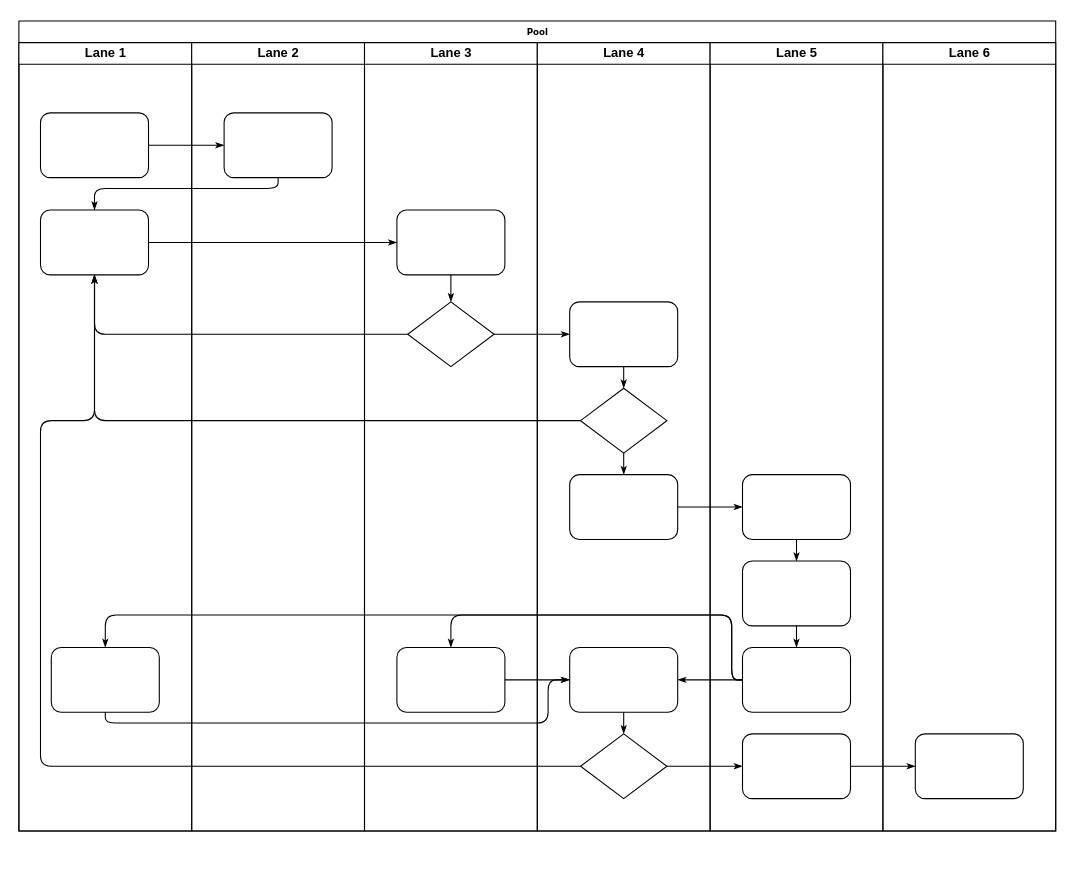
The draw.io diagram gdy_流程.drawio in Harekaze-Misakiakeno/uml, before the edit. Source tidied: cells renumbered, new cells numbered last; positions are measured from the earlier drawing's top-left corner, leaving out a move shared by most shapes. Both pictures are drawn from the tidied source at 108%, with x=0, y=0 at pixel (18, 21).
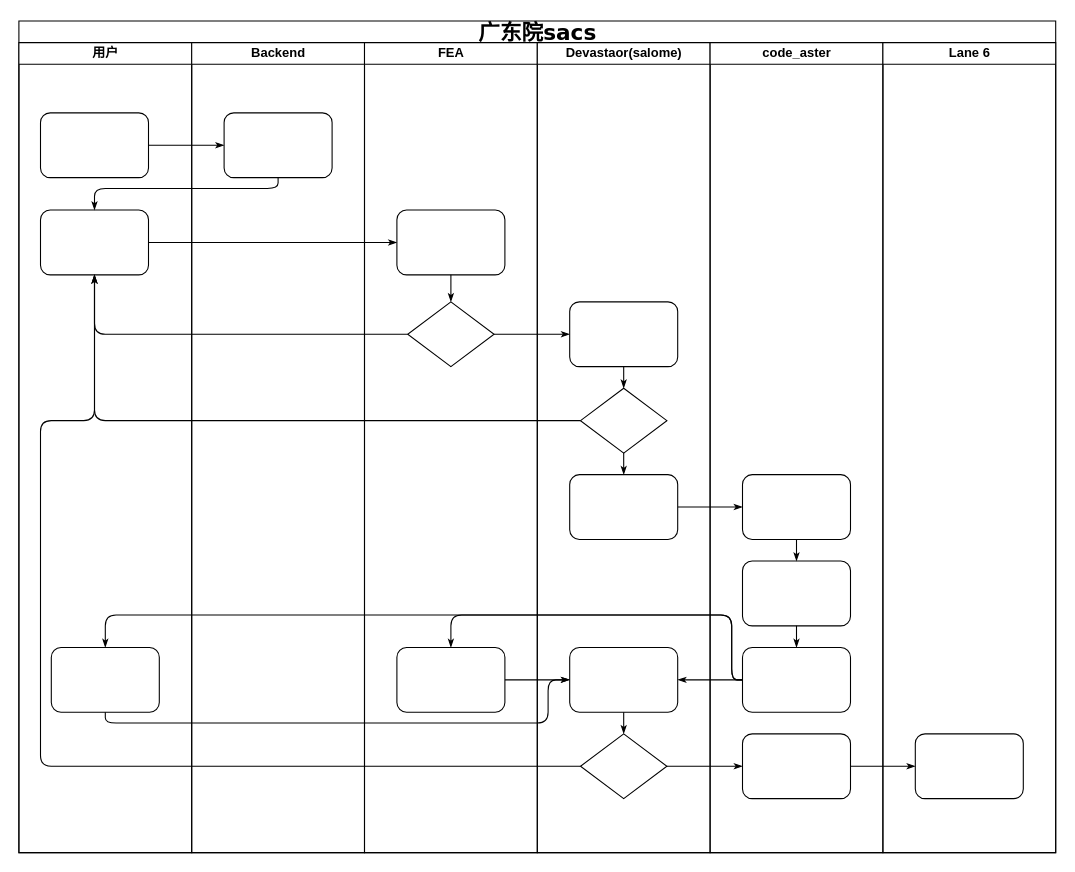
Above is the later version.

Change to the diagram source:
```diff
@@
-    <mxCell id="2" value="Pool" style="swimlane;html=1;startSize=20;rounded=0;shadow=0;labelBackgroundColor=none;strokeWidth=1;fontFamily=Verdana;fontSize=8;align=center;" parent="1" vertex="1">
-      <mxGeometry width="960" height="750" as="geometry" />
+    <mxCell id="2" value="&lt;font style=&quot;font-size: 20px;&quot;&gt;广东院sacs&lt;/font&gt;" style="swimlane;html=1;startSize=20;rounded=0;shadow=0;labelBackgroundColor=none;strokeWidth=1;fontFamily=Verdana;fontSize=8;align=center;" parent="1" vertex="1">
+      <mxGeometry width="960" height="770" as="geometry" />
     </mxCell>
-    <mxCell id="3" value="Lane 1" style="swimlane;html=1;startSize=20;" parent="2" vertex="1">
-      <mxGeometry y="20" width="160" height="730" as="geometry" />
+    <mxCell id="3" value="用户" style="swimlane;html=1;startSize=20;" parent="2" vertex="1">
+      <mxGeometry y="20" width="160" height="750" as="geometry" />
     </mxCell>
@@
-    <mxCell id="22" value="Lane 2" style="swimlane;html=1;startSize=20;" parent="2" vertex="1">
-      <mxGeometry x="160" y="20" width="160" height="730" as="geometry" />
+    <mxCell id="22" value="Backend" style="swimlane;html=1;startSize=20;" parent="2" vertex="1">
+      <mxGeometry x="160" y="20" width="160" height="750" as="geometry" />
     </mxCell>
@@
-    <mxCell id="24" value="Lane 3" style="swimlane;html=1;startSize=20;" parent="2" vertex="1">
-      <mxGeometry x="320" y="20" width="160" height="730" as="geometry" />
+    <mxCell id="24" value="FEA" style="swimlane;html=1;startSize=20;" parent="2" vertex="1">
+      <mxGeometry x="320" y="20" width="160" height="750" as="geometry" />
     </mxCell>
@@
-    <mxCell id="29" value="Lane 4" style="swimlane;html=1;startSize=20;" parent="2" vertex="1">
-      <mxGeometry x="480" y="20" width="160" height="730" as="geometry" />
+    <mxCell id="29" value="Devastaor(salome)" style="swimlane;html=1;startSize=20;" parent="2" vertex="1">
+      <mxGeometry x="480" y="20" width="160" height="750" as="geometry" />
     </mxCell>
@@
-    <mxCell id="38" value="Lane 5" style="swimlane;html=1;startSize=20;" parent="2" vertex="1">
-      <mxGeometry x="640" y="20" width="160" height="730" as="geometry" />
+    <mxCell id="38" value="code_aster" style="swimlane;html=1;startSize=20;" parent="2" vertex="1">
+      <mxGeometry x="640" y="20" width="160" height="750" as="geometry" />
     </mxCell>
@@
     <mxCell id="45" value="Lane 6" style="swimlane;html=1;startSize=20;" parent="2" vertex="1">
-      <mxGeometry x="800" y="20" width="160" height="730" as="geometry" />
+      <mxGeometry x="800" y="20" width="160" height="750" as="geometry" />
     </mxCell>
```
